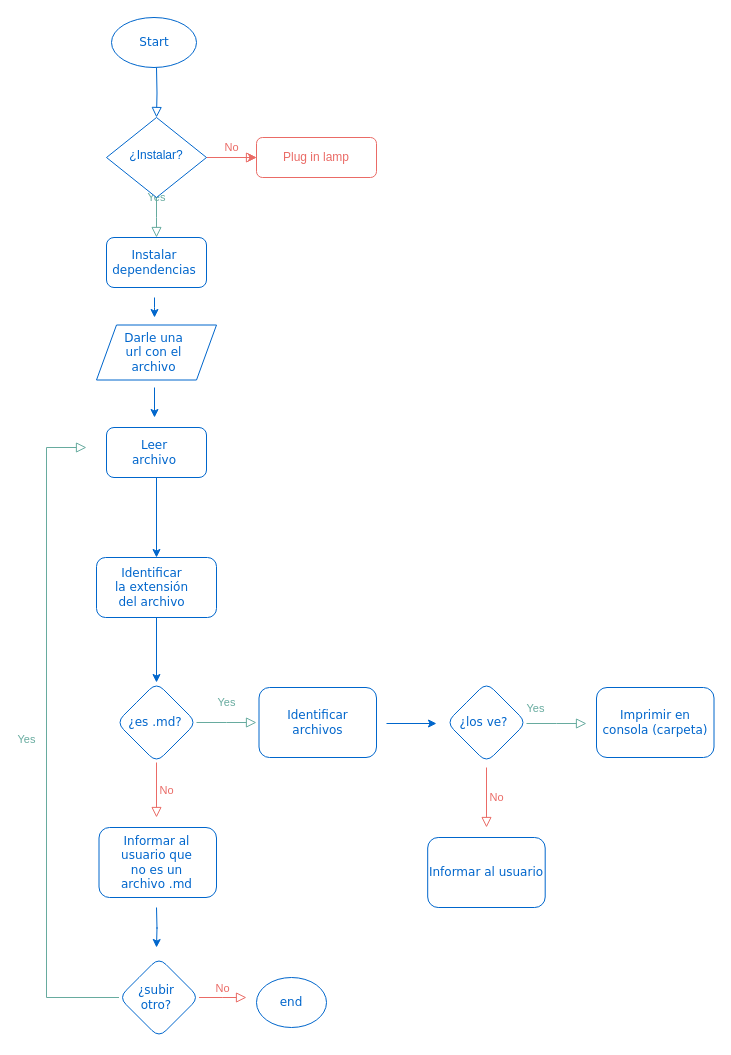
Earlier version of the draw.io diagram md-links.drawio (luciarojashernandez/CDMX010-md-links). Source tidied: cells renumbered, new cells numbered last; positions are measured from the earlier drawing's top-left corner, leaving out a move shared by most shapes. Both pictures are drawn from the tidied source at 100%, with x=0, y=0 at pixel (46, 17).
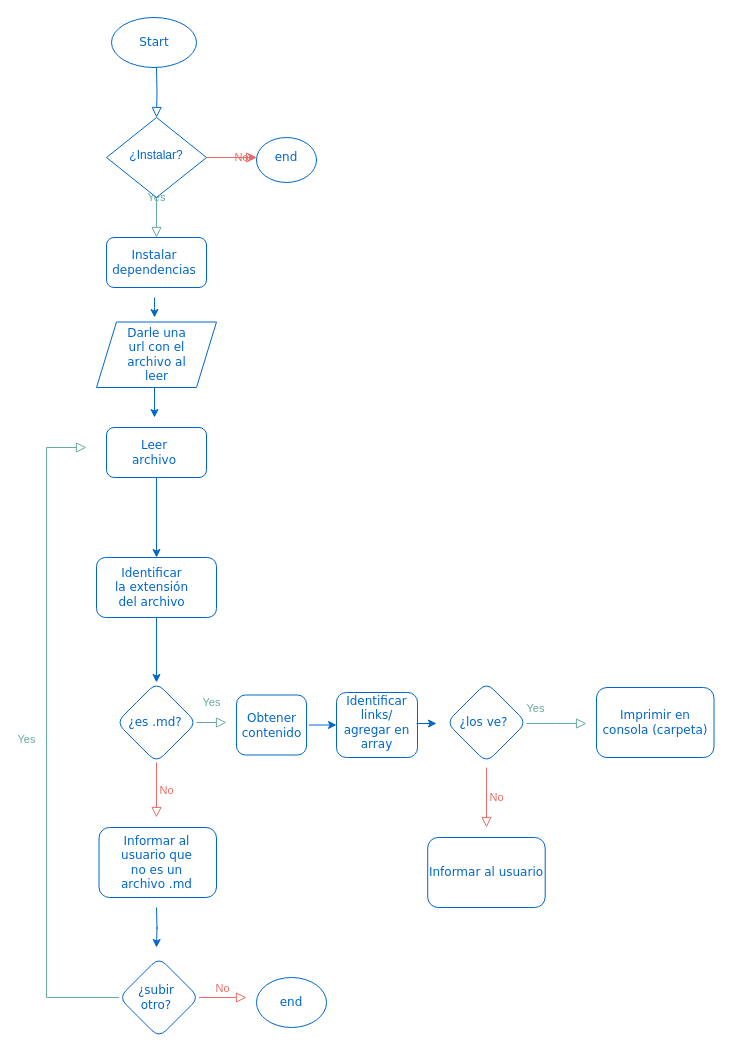
The same diagram, later.

The change refers to these unchanged cells:
```xml
<mxCell id="6" value="&lt;font&gt;¿Instalar?&lt;/font&gt;" style="rhombus;whiteSpace=wrap;html=1;shadow=0;fontFamily=Helvetica;fontSize=12;align=center;strokeWidth=1;spacing=6;spacingTop=-4;strokeColor=#0066CC;fontColor=#0066CC;" parent="1" vertex="1">
  <mxGeometry x="60" y="100" width="100" height="80" as="geometry" />
</mxCell>
<mxCell id="22" style="rhombus;whiteSpace=wrap;html=1;rounded=1;fontFamily=Verdana;strokeColor=#0066CC;" parent="1" vertex="1">
  <mxGeometry x="70" y="665" width="80" height="80" as="geometry" />
</mxCell>
```

Change to the diagram source:
```diff
@@
-    <mxCell id="4" value="No" style="edgeStyle=orthogonalEdgeStyle;rounded=0;html=1;jettySize=auto;fontSize=11;endArrow=block;endFill=0;endSize=8;strokeWidth=1;shadow=0;labelBackgroundColor=none;strokeColor=#EA6B66;fontColor=#EA6B66;" parent="1" edge="1" source="6" target="7">
-      <mxGeometry y="10" relative="1" as="geometry" />
+    <mxCell id="4" value="No" style="edgeStyle=orthogonalEdgeStyle;rounded=0;html=1;jettySize=auto;fontSize=11;endArrow=block;endFill=0;endSize=8;strokeWidth=1;shadow=0;labelBackgroundColor=none;strokeColor=#EA6B66;fontColor=#EA6B66;" parent="1" edge="1" source="6">
+      <mxGeometry y="10" relative="1" as="geometry">
+        <mxPoint x="210" y="140" as="targetPoint" />
+      </mxGeometry>
     </mxCell>
-    <mxCell id="5" style="edgeStyle=orthogonalEdgeStyle;rounded=0;jettySize=auto;html=1;fontFamily=Verdana;fontColor=#7EA6E0;strokeColor=#EA6B66;" parent="1" edge="1" source="6" target="7">
-      <mxGeometry relative="1" as="geometry" />
+    <mxCell id="5" style="edgeStyle=orthogonalEdgeStyle;rounded=0;jettySize=auto;html=1;fontFamily=Verdana;fontColor=#7EA6E0;strokeColor=#EA6B66;" parent="1" edge="1" source="6">
+      <mxGeometry relative="1" as="geometry">
+        <mxPoint x="210" y="140" as="targetPoint" />
+      </mxGeometry>
     </mxCell>
@@
-    <mxCell id="7" value="&lt;font color=&quot;#ea6b66&quot;&gt;Plug in lamp&lt;/font&gt;" style="rounded=1;whiteSpace=wrap;html=1;fontSize=12;glass=0;strokeWidth=1;shadow=0;strokeColor=#EA6B66;" parent="1" vertex="1">
-      <mxGeometry x="210" y="120" width="120" height="40" as="geometry" />
-    </mxCell>
@@
     <mxCell id="17" style="shape=parallelogram;perimeter=parallelogramPerimeter;whiteSpace=wrap;html=1;fixedSize=1;strokeColor=#0066CC;fontFamily=Verdana;fontColor=#7EA6E0;" parent="1" vertex="1">
-      <mxGeometry x="50" y="307.5" width="120" height="55" as="geometry" />
+      <mxGeometry x="50" y="304.5" width="120" height="65.5" as="geometry" />
     </mxCell>
-    <mxCell id="18" value="Darle una url con el archivo" style="text;html=1;strokeColor=none;fillColor=none;align=center;verticalAlign=middle;whiteSpace=wrap;rounded=0;fontFamily=Verdana;fontColor=#0066CC;" parent="1" vertex="1">
-      <mxGeometry x="76.2" y="325" width="62.5" height="20" as="geometry" />
+    <mxCell id="18" value="Darle una url con el archivo al leer" style="text;html=1;strokeColor=none;fillColor=none;align=center;verticalAlign=middle;whiteSpace=wrap;rounded=0;fontFamily=Verdana;fontColor=#0066CC;" parent="1" vertex="1">
+      <mxGeometry x="78.8" y="327.2" width="62.5" height="20" as="geometry" />
     </mxCell>
@@
     <mxCell id="24" value="Yes" style="rounded=0;html=1;jettySize=auto;fontSize=11;endArrow=block;endFill=0;endSize=8;strokeWidth=1;shadow=0;labelBackgroundColor=none;edgeStyle=orthogonalEdgeStyle;strokeColor=#67AB9F;fontColor=#67AB9F;exitX=1;exitY=0.5;exitDx=0;exitDy=0;" parent="1" edge="1" source="22">
       <mxGeometry y="20" relative="1" as="geometry">
-        <mxPoint x="210" y="705" as="targetPoint" />
+        <mxPoint x="180" y="705" as="targetPoint" />
         <Array as="points">
           <mxPoint x="180" y="705" />
           <mxPoint x="180" y="705" />
         </Array>
       </mxGeometry>
     </mxCell>
@@
     <mxCell id="35" style="whiteSpace=wrap;html=1;rounded=1;fontFamily=Verdana;strokeColor=#0066CC;fontColor=#0066CC;" parent="1" vertex="1">
-      <mxGeometry x="212.5" y="670" width="117.5" height="70" as="geometry" />
+      <mxGeometry x="290" y="675" width="81" height="65" as="geometry" />
     </mxCell>
-    <mxCell id="36" value="Identificar archivos" style="text;html=1;strokeColor=none;fillColor=none;align=center;verticalAlign=middle;whiteSpace=wrap;rounded=0;fontFamily=Verdana;fontColor=#0066CC;" parent="1" vertex="1">
-      <mxGeometry x="233.8" y="690" width="75" height="30" as="geometry" />
+    <mxCell id="36" value="Identificar links/ agregar en array" style="text;html=1;strokeColor=none;fillColor=none;align=center;verticalAlign=middle;whiteSpace=wrap;rounded=0;fontFamily=Verdana;fontColor=#0066CC;" parent="1" vertex="1">
+      <mxGeometry x="293" y="690" width="75" height="30" as="geometry" />
     </mxCell>
@@
     <mxCell id="38" style="edgeStyle=orthogonalEdgeStyle;rounded=0;orthogonalLoop=1;jettySize=auto;html=1;strokeColor=#0066CC;fontFamily=Verdana;fontColor=#7EA6E0;" parent="1" edge="1">
       <mxGeometry relative="1" as="geometry">
-        <mxPoint x="340" y="706" as="sourcePoint" />
+        <mxPoint x="370" y="706" as="sourcePoint" />
         <mxPoint x="390" y="706" as="targetPoint" />
       </mxGeometry>
     </mxCell>
@@
+    <mxCell id="44" style="ellipse;whiteSpace=wrap;html=1;fontFamily=Verdana;fontColor=#7EA6E0;strokeColor=#0066CC;" parent="1" vertex="1">
+      <mxGeometry x="210" y="120" width="60" height="45" as="geometry" />
+    </mxCell>
+    <mxCell id="45" value="end" style="text;html=1;strokeColor=none;fillColor=none;align=center;verticalAlign=middle;whiteSpace=wrap;rounded=0;fontFamily=Verdana;fontColor=#0066CC;" parent="1" vertex="1">
+      <mxGeometry x="220" y="130" width="40" height="20" as="geometry" />
+    </mxCell>
+    <mxCell id="46" style="whiteSpace=wrap;html=1;rounded=1;fontFamily=Verdana;strokeColor=#0066CC;fontColor=#0066CC;" parent="1" vertex="1">
+      <mxGeometry x="190" y="677.5" width="70" height="60" as="geometry" />
+    </mxCell>
+    <mxCell id="47" value="Obtener contenido" style="text;html=1;strokeColor=none;fillColor=none;align=center;verticalAlign=middle;whiteSpace=wrap;rounded=0;fontFamily=Verdana;fontColor=#0066CC;" parent="1" vertex="1">
+      <mxGeometry x="187.5" y="692.5" width="75" height="30" as="geometry" />
+    </mxCell>
+    <mxCell id="48" style="edgeStyle=orthogonalEdgeStyle;rounded=0;jettySize=auto;html=1;strokeColor=#0066CC;fontFamily=Verdana;fontColor=#7EA6E0;exitX=1;exitY=0.5;exitDx=0;exitDy=0;entryX=0;entryY=0.5;entryDx=0;entryDy=0;" parent="1" edge="1" source="47" target="35">
+      <mxGeometry relative="1" as="geometry">
+        <Array as="points">
+          <mxPoint x="280" y="708" />
+          <mxPoint x="280" y="708" />
+        </Array>
+      </mxGeometry>
+    </mxCell>
```
